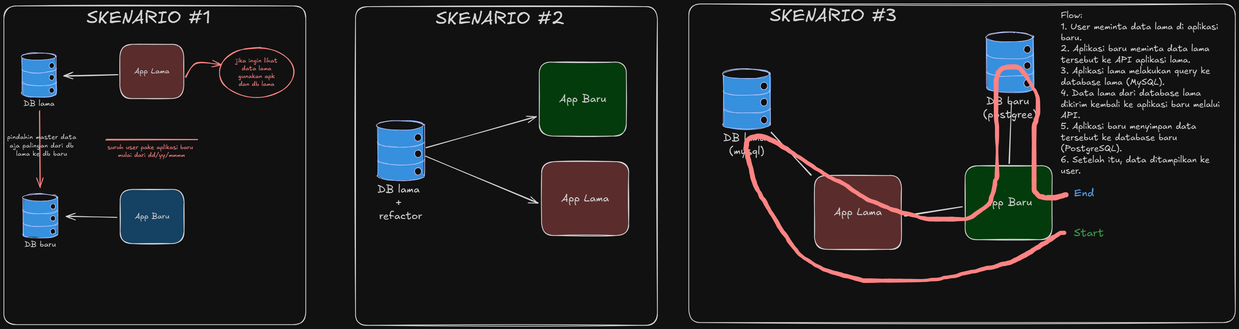
Before: data-migration/data-migration.excalidraw.png, a diagram exported from Excalidraw (RIOKOWI/software-architecture). Source tidied: one line per element, renumbered; positions are measured from the earlier drawing's top-left corner, leaving out a move shared by most shapes.
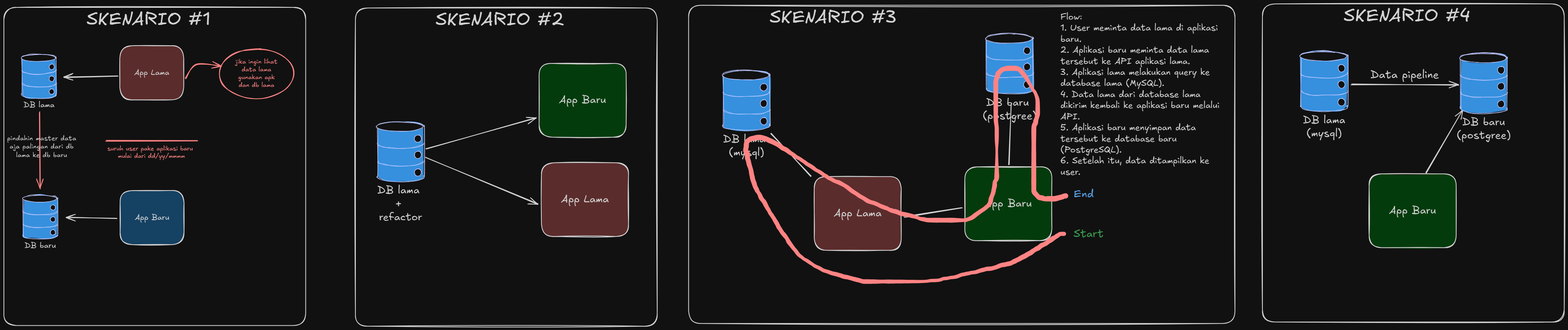
After the commit.

Commit message:
docs(migration data): how to migration data scenario #4 data pipeline

Change to the diagram source:
```diff
@@ -74,3 +74,26 @@
 {"id": 73, "type": "text", "text": "End", "strokeColor": "#1971c2", "backgroundColor": "#ffc9c9", "fillStyle": "solid", "strokeWidth": 2, "roughness": 1, "fontSize": 28, "fontFamily": 5, "textAlign": "center", "x": 2745, "y": 468, "width": 51, "height": 35}
 {"id": 74, "type": "freedraw", "strokeColor": "#e03131", "backgroundColor": "#ffc9c9", "fillStyle": "solid", "strokeWidth": 2, "roughness": 1, "x": 2720, "y": 587, "width": 822, "height": 548, "points": [[0, 0], [-60, 32], [-132, 72], [-265, 105], [-418, 122], [-532, 118], [-658, 70], [-735, -25], [-790, -118], [-812, -200], [-788, -248], [-700, -205], [-585, -132], [-478, -75], [-365, -38], [-272, -35], [-188, -82], [-172, -208], [-175, -320], [-170, -410], [-108, -415], [-70, -298], [-78, -203], [-78, -110], [-28, -90]]}
 {"id": 75, "type": "text", "text": "Flow:\n1. User meminta data lama di aplikasi\nbaru.\n2. Aplikasi baru meminta data lama\ntersebut ke API aplikasi lama.\n3. Aplikasi lama melakukan query ke\ndatabase lama (MySQL).\n4. Data lama dari database lama\ndikirim kembali ke aplikasi baru melalui\nAPI.\n5. Aplikasi baru menyimpan data\ntersebut ke database baru\n(PostgreSQL).\n6. Setelah itu, data ditampilkan ke\nuser.", "strokeColor": "#1e1e1e", "backgroundColor": "#ffc9c9", "fillStyle": "solid", "strokeWidth": 2, "roughness": 1, "fontSize": 22.74, "fontFamily": 5, "x": 2711, "y": 16, "width": 426, "height": 426}
+{"id": 76, "type": "rectangle", "strokeColor": "#1e1e1e", "backgroundColor": "#b2f2bb", "fillStyle": "solid", "strokeWidth": 2, "roughness": 1, "round": true, "x": 3503, "y": 433, "width": 223, "height": 189}
+{"id": 77, "type": "text", "text": "App Baru", "strokeColor": "#1e1e1e", "strokeWidth": 2, "roughness": 1, "fontSize": 27.24, "fontFamily": 5, "textAlign": "center", "verticalAlign": "middle", "inside": 76, "x": 3554, "y": 510, "width": 121, "height": 34}
+{"id": 78, "type": "line", "strokeColor": "#0a11d3", "backgroundColor": "#228be6", "fillStyle": "solid", "strokeWidth": 1, "roughness": 1, "round": true, "x": 3328, "y": 130, "width": 120, "height": 155, "points": [[0, 0], [0, 117], [0, 131], [6, 136], [28, 141], [64, 143], [99, 140], [117, 134], [120, 130], [120, 119], [120, 10], [119, 0], [111, -6], [95, -10], [58, -12], [28, -11], [5, -5], [0, 0], [0, 0]]}
+{"id": 79, "type": "line", "strokeColor": "#0a11d3", "strokeWidth": 1, "roughness": 1, "round": true, "x": 3329, "y": 218, "width": 120, "height": 13, "points": [[0, 0], [3, 5], [17, 10], [35, 12], [64, 13], [97, 11], [116, 5], [120, -1]]}
+{"id": 80, "type": "line", "strokeColor": "#0a11d3", "strokeWidth": 1, "roughness": 1, "round": true, "x": 3327, "y": 173, "width": 120, "height": 13, "points": [[0, 0], [3, 5], [17, 10], [35, 12], [64, 13], [97, 11], [116, 5], [120, -1]]}
+{"id": 81, "type": "ellipse", "strokeColor": "#0a11d3", "backgroundColor": "#fff", "fillStyle": "solid", "strokeWidth": 1, "roughness": 1, "x": 3326, "y": 119, "width": 119, "height": 24}
+{"id": 82, "type": "ellipse", "strokeColor": "#0a11d3", "backgroundColor": "#fff", "fillStyle": "solid", "strokeWidth": 1, "roughness": 1, "x": 3423, "y": 152, "width": 17, "height": 19}
+{"id": 83, "type": "ellipse", "strokeColor": "#0a11d3", "backgroundColor": "#fff", "fillStyle": "solid", "strokeWidth": 1, "roughness": 1, "x": 3423, "y": 194, "width": 17, "height": 19}
+{"id": 84, "type": "ellipse", "strokeColor": "#0a11d3", "backgroundColor": "#fff", "fillStyle": "solid", "strokeWidth": 1, "roughness": 1, "x": 3423, "y": 239, "width": 17, "height": 19}
+{"id": 85, "type": "text", "text": "DB lama\n(mysql)", "strokeColor": "#1e1e1e", "strokeWidth": 2, "roughness": 1, "fontSize": 27.24, "fontFamily": 5, "textAlign": "center", "x": 3333, "y": 278, "width": 108, "height": 68}
+{"id": 86, "type": "arrow", "strokeColor": "#1e1e1e", "strokeWidth": 2, "roughness": 1, "endArrowhead": "arrow", "round": true, "from": 76, "to": 96, "x": 3649, "y": 430, "width": 94, "height": 163, "points": [[0, 0], [94, -163]]}
+{"id": 87, "type": "rectangle", "strokeColor": "#1e1e1e", "strokeWidth": 2, "roughness": 1, "round": true, "x": 3229, "y": -4, "width": 774, "height": 817}
+{"id": 88, "type": "text", "text": "SKENARIO #4", "strokeColor": "#1e1e1e", "backgroundColor": "#a5d8ff", "fillStyle": "solid", "strokeWidth": 2, "roughness": 1, "fontSize": 46.54, "fontFamily": 5, "textAlign": "center", "x": 3438, "y": -1, "width": 325, "height": 58}
+{"id": 89, "type": "line", "strokeColor": "#0a11d3", "backgroundColor": "#228be6", "fillStyle": "solid", "strokeWidth": 1, "roughness": 1, "round": true, "x": 3737, "y": 134, "width": 120, "height": 155, "points": [[0, 0], [0, 117], [0, 131], [6, 136], [28, 141], [64, 143], [99, 140], [117, 134], [120, 130], [120, 119], [120, 10], [119, 0], [111, -6], [95, -10], [58, -12], [28, -11], [5, -5], [0, 0], [0, 0]]}
+{"id": 90, "type": "line", "strokeColor": "#0a11d3", "strokeWidth": 1, "roughness": 1, "round": true, "x": 3738, "y": 223, "width": 120, "height": 13, "points": [[0, 0], [3, 5], [17, 10], [35, 12], [64, 13], [97, 11], [116, 5], [120, -1]]}
+{"id": 91, "type": "line", "strokeColor": "#0a11d3", "strokeWidth": 1, "roughness": 1, "round": true, "x": 3737, "y": 178, "width": 120, "height": 13, "points": [[0, 0], [3, 5], [17, 10], [35, 12], [64, 13], [97, 11], [116, 5], [120, -1]]}
+{"id": 92, "type": "ellipse", "strokeColor": "#0a11d3", "backgroundColor": "#fff", "fillStyle": "solid", "strokeWidth": 1, "roughness": 1, "x": 3735, "y": 124, "width": 119, "height": 24}
+{"id": 93, "type": "ellipse", "strokeColor": "#0a11d3", "backgroundColor": "#fff", "fillStyle": "solid", "strokeWidth": 1, "roughness": 1, "x": 3833, "y": 157, "width": 17, "height": 19}
+{"id": 94, "type": "ellipse", "strokeColor": "#0a11d3", "backgroundColor": "#fff", "fillStyle": "solid", "strokeWidth": 1, "roughness": 1, "x": 3833, "y": 199, "width": 17, "height": 19}
+{"id": 95, "type": "ellipse", "strokeColor": "#0a11d3", "backgroundColor": "#fff", "fillStyle": "solid", "strokeWidth": 1, "roughness": 1, "x": 3833, "y": 244, "width": 17, "height": 19}
+{"id": 96, "type": "text", "text": "DB baru\n(postgree)", "strokeColor": "#1e1e1e", "strokeWidth": 2, "roughness": 1, "fontSize": 27.24, "fontFamily": 5, "textAlign": "center", "x": 3728, "y": 283, "width": 139, "height": 68}
+{"id": 97, "type": "arrow", "strokeColor": "#1e1e1e", "backgroundColor": "#ffc9c9", "fillStyle": "solid", "strokeWidth": 2, "roughness": 1, "endArrowhead": "arrow", "round": true, "from": 83, "x": 3458, "y": 203, "width": 275, "height": 2, "points": [[0, 0], [275, 2]]}
+{"id": 98, "type": "text", "text": "Data pipeline", "strokeColor": "#1e1e1e", "backgroundColor": "#ffc9c9", "fillStyle": "solid", "strokeWidth": 2, "roughness": 1, "fontSize": 28, "fontFamily": 5, "x": 3506, "y": 161, "width": 176, "height": 35}
```
